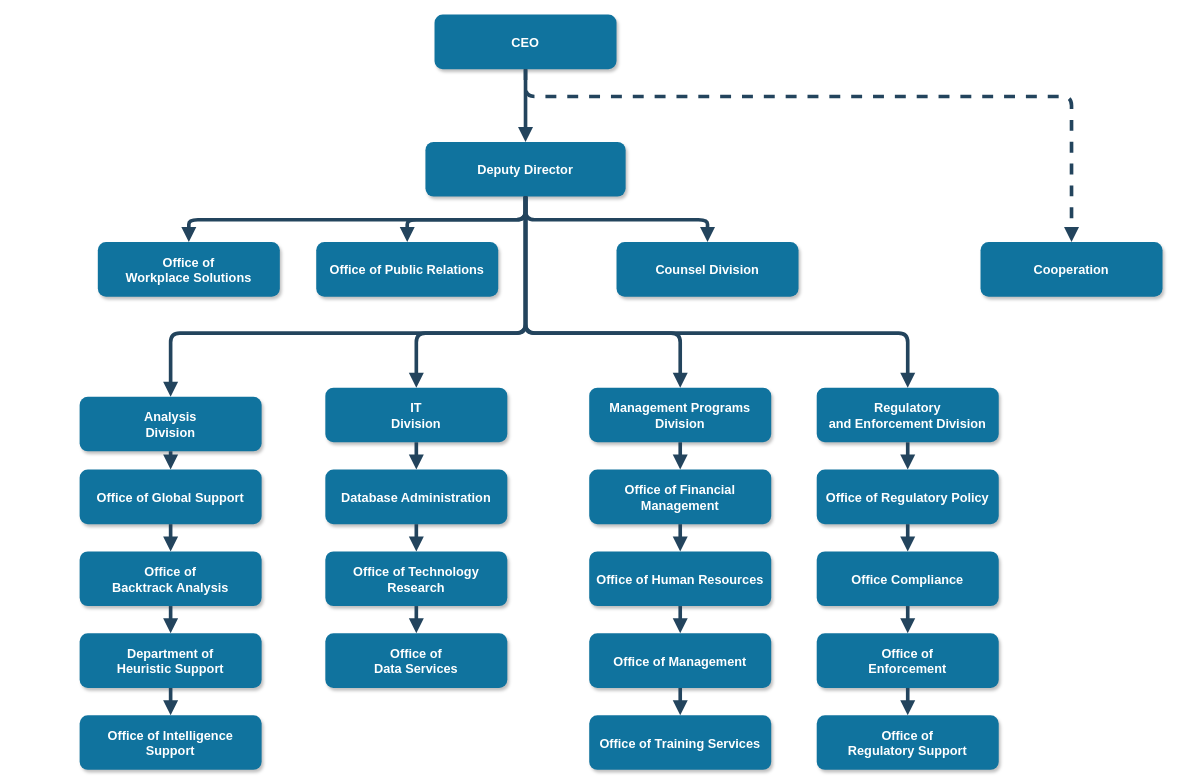
FlameProfi/smolathon keeps this draw.io diagram as Диаграмма без названия.drawio. Above is the earlier version. Source tidied: cells renumbered, new cells numbered last; positions are measured from the earlier drawing's top-left corner, leaving out a move shared by most shapes. Both pictures are drawn from the tidied source at 91%, with x=0, y=0 at pixel (79, 15).
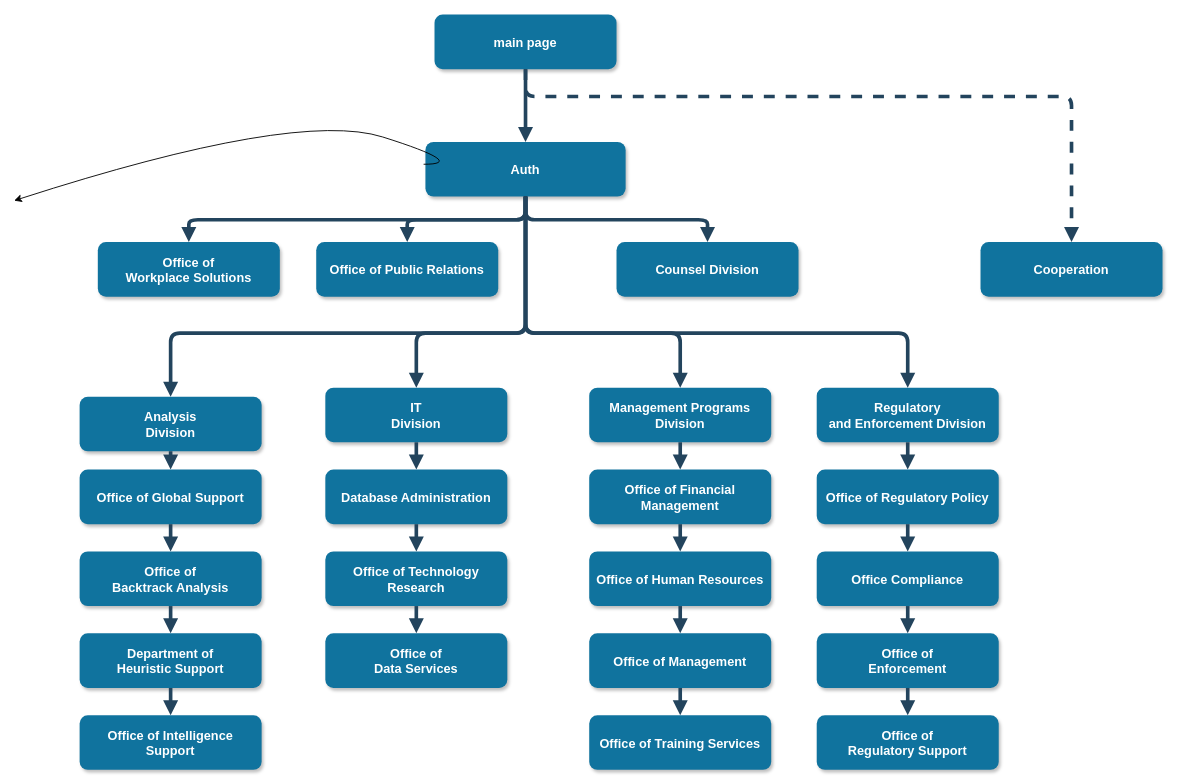
The same page after the edit.

Change to the diagram source:
```diff
@@
-    <mxCell id="2" value="CEO" style="rounded=1;fillColor=#10739E;strokeColor=none;shadow=1;gradientColor=none;fontStyle=1;fontColor=#FFFFFF;fontSize=14;" parent="1" vertex="1">
+    <mxCell id="2" value="main page" style="rounded=1;fillColor=#10739E;strokeColor=none;shadow=1;gradientColor=none;fontStyle=1;fontColor=#FFFFFF;fontSize=14;" parent="1" vertex="1">
       <mxGeometry x="390" y="-0.5" width="200" height="60" as="geometry" />
     </mxCell>
-    <mxCell id="3" value="Deputy Director" style="rounded=1;fillColor=#10739E;strokeColor=none;shadow=1;gradientColor=none;fontStyle=1;fontColor=#FFFFFF;fontSize=14;" parent="1" vertex="1">
+    <mxCell id="3" value="Auth" style="rounded=1;fillColor=#10739E;strokeColor=none;shadow=1;gradientColor=none;fontStyle=1;fontColor=#FFFFFF;fontSize=14;" parent="1" vertex="1">
       <mxGeometry x="380" y="139.5" width="220" height="60" as="geometry" />
     </mxCell>
@@
+    <mxCell id="51" style="curved=1;endArrow=classic;html=1;rounded=0;" parent="1" edge="1">
+      <mxGeometry relative="1" as="geometry">
+        <mxPoint x="378" y="164" as="sourcePoint" />
+        <mxPoint x="-72" y="204" as="targetPoint" />
+        <Array as="points">
+          <mxPoint x="428" y="164" />
+          <mxPoint x="238" y="104" />
+        </Array>
+      </mxGeometry>
+    </mxCell>
```
